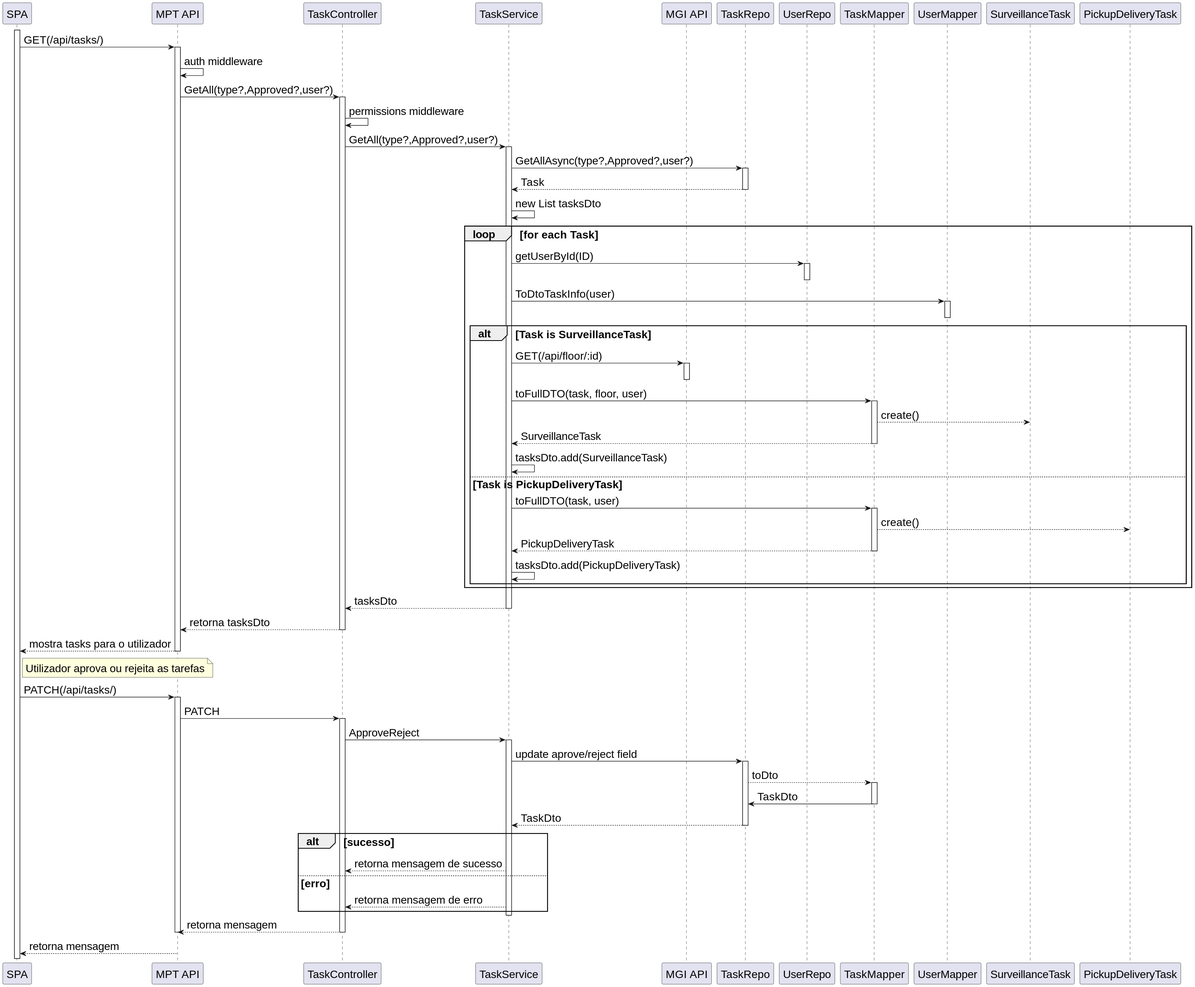
This is docs/SprintC/nivel3/mpt/N3_US470.svg from ruben1132/PI5_23-24, a PlantUML export, as it was before one commit. Source of this version:
```plantuml
@startuml
skinparamlocked defaultFontSize 20
participant SPA
participant "MPT API" as API
participant "TaskController" as Ctrl
participant "TaskService" as Srv
participant "MGI API" as API2

participant "TaskRepo" as Repo
participant "UserRepo" as ur
participant "TaskMapper" as Map
participant "UserMapper" as um
participant "SurveillanceTask" as SurveillanceTask
participant "PickupDeliveryTask" as PickupDeliveryTask

activate SPA
SPA -> API: GET(/api/tasks/)
activate API

API -> API: auth middleware
API -> Ctrl: GetAll(type?,Approved?,user?)
activate Ctrl

Ctrl -> Ctrl: permissions middleware
Ctrl -> Srv: GetAll(type?,Approved?,user?)
activate Srv

Srv -> Repo: GetAllAsync(type?,Approved?,user?)
activate Repo
Repo --> Srv: Task
deactivate Repo

Srv -> Srv: new List tasksDto

loop for each Task

    Srv -> ur: getUserById(ID)
    activate ur
    deactivate ur
    Srv -> um: ToDtoTaskInfo(user)
    activate um
    deactivate um

    alt Task is SurveillanceTask

        Srv -> API2: GET(/api/floor/:id)
        activate API2
        deactivate API2

        Srv -> Map: toFullDTO(task, floor, user)
        activate Map
        Map --> SurveillanceTask: create()
        Map --> Srv: SurveillanceTask
        deactivate Map

        Srv -> Srv: tasksDto.add(SurveillanceTask)
    else Task is PickupDeliveryTask
        Srv -> Map: toFullDTO(task, user)
        activate Map
        Map --> PickupDeliveryTask: create()
        Map --> Srv: PickupDeliveryTask
        deactivate Map

        Srv -> Srv: tasksDto.add(PickupDeliveryTask)
    end

end

Srv --> Ctrl: tasksDto
deactivate Srv

Ctrl --> API: retorna tasksDto
deactivate Ctrl

API --> SPA: mostra tasks para o utilizador
deactivate API

note right of SPA
    Utilizador aprova ou rejeita as tarefas
end note

SPA -> API: PATCH(/api/tasks/)

activate API
API -> Ctrl: PATCH

activate Ctrl
Ctrl -> Srv: ApproveReject
activate Srv
Srv -> Repo: update aprove/reject field

activate Repo
Repo --> Map: toDto
activate Map
Map -> Repo: TaskDto
deactivate Map
Repo --> Srv: TaskDto
deactivate Repo

alt sucesso
    Srv --> Ctrl: retorna mensagem de sucesso
else erro
    Srv --> Ctrl: retorna mensagem de erro
end
deactivate Srv

Ctrl --> API: retorna mensagem

deactivate Ctrl
deactivate API

API --> SPA: retorna mensagem

deactivate API
@enduml
```
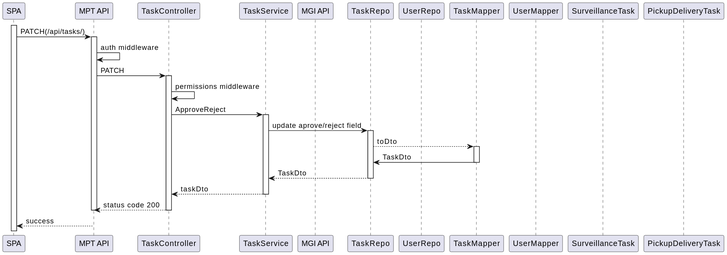
After the commit.

Diff of the diagram source:
```diff
@@ -1,5 +1,4 @@
 @startuml
-skinparamlocked defaultFontSize 20
 participant SPA
 participant "MPT API" as API
 participant "TaskController" as Ctrl
@@ -14,77 +13,16 @@
 participant "PickupDeliveryTask" as PickupDeliveryTask
 
 activate SPA
-SPA -> API: GET(/api/tasks/)
-activate API
 
-API -> API: auth middleware
-API -> Ctrl: GetAll(type?,Approved?,user?)
-activate Ctrl
-
-Ctrl -> Ctrl: permissions middleware
-Ctrl -> Srv: GetAll(type?,Approved?,user?)
-activate Srv
-
-Srv -> Repo: GetAllAsync(type?,Approved?,user?)
-activate Repo
-Repo --> Srv: Task
-deactivate Repo
-
-Srv -> Srv: new List tasksDto
-
-loop for each Task
-
-    Srv -> ur: getUserById(ID)
-    activate ur
-    deactivate ur
-    Srv -> um: ToDtoTaskInfo(user)
-    activate um
-    deactivate um
-
-    alt Task is SurveillanceTask
-
-        Srv -> API2: GET(/api/floor/:id)
-        activate API2
-        deactivate API2
-
-        Srv -> Map: toFullDTO(task, floor, user)
-        activate Map
-        Map --> SurveillanceTask: create()
-        Map --> Srv: SurveillanceTask
-        deactivate Map
-
-        Srv -> Srv: tasksDto.add(SurveillanceTask)
-    else Task is PickupDeliveryTask
-        Srv -> Map: toFullDTO(task, user)
-        activate Map
-        Map --> PickupDeliveryTask: create()
-        Map --> Srv: PickupDeliveryTask
-        deactivate Map
-
-        Srv -> Srv: tasksDto.add(PickupDeliveryTask)
-    end
-
-end
-
-Srv --> Ctrl: tasksDto
-deactivate Srv
-
-Ctrl --> API: retorna tasksDto
-deactivate Ctrl
-
-API --> SPA: mostra tasks para o utilizador
-deactivate API
-
-note right of SPA
-    Utilizador aprova ou rejeita as tarefas
-end note
 
 SPA -> API: PATCH(/api/tasks/)
+activate API
+API -> API: auth middleware
 
-activate API
 API -> Ctrl: PATCH
+activate Ctrl
+Ctrl -> Ctrl: permissions middleware
 
-activate Ctrl
 Ctrl -> Srv: ApproveReject
 activate Srv
 Srv -> Repo: update aprove/reject field
@@ -97,19 +35,23 @@
 Repo --> Srv: TaskDto
 deactivate Repo
 
-alt sucesso
-    Srv --> Ctrl: retorna mensagem de sucesso
-else erro
-    Srv --> Ctrl: retorna mensagem de erro
-end
+
+Srv --> Ctrl: taskDto
 deactivate Srv
 
-Ctrl --> API: retorna mensagem
+Ctrl --> API: status code 200
 
 deactivate Ctrl
 deactivate API
 
-API --> SPA: retorna mensagem
+API --> SPA: success
 
 deactivate API
+
+
+
+
+
+
+
 @enduml
```
